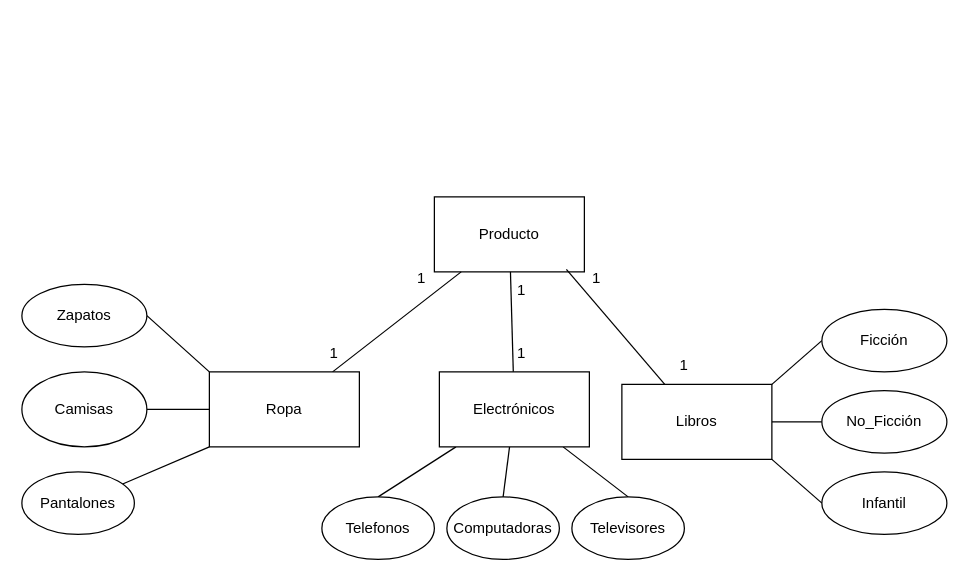
bravemilio15/DiagramasTercerCiclo keeps this draw.io diagram as EER.drawio. Above is the earlier version. Source tidied: cells renumbered, new cells numbered last; positions are measured from the earlier drawing's top-left corner, leaving out a move shared by most shapes. Both pictures are drawn from the tidied source at 125%, with x=0, y=0 at pixel (21, 196).
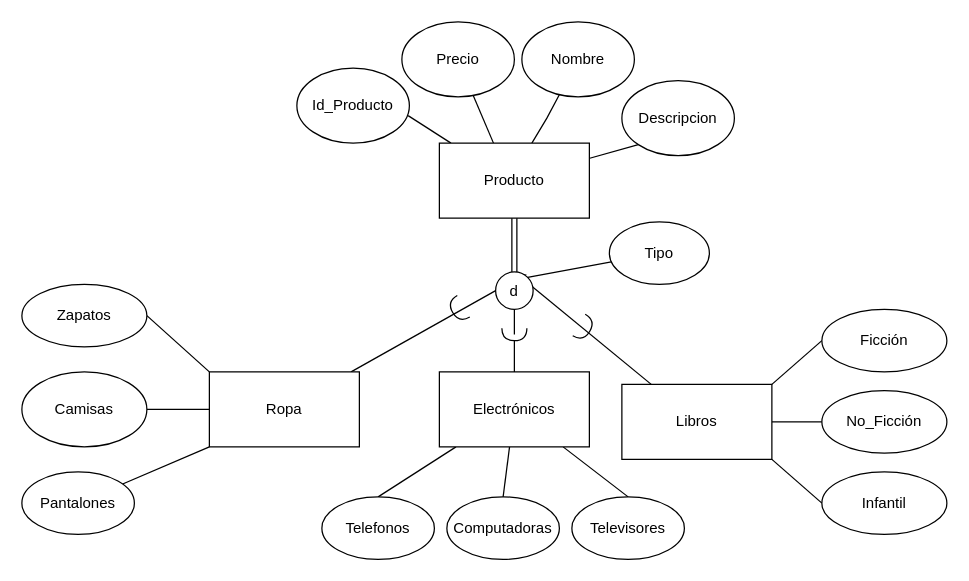
Above is the later version.

Unchanged cells that the change refers to:
```xml
<mxCell id="5" value="Ropa" style="rounded=0;whiteSpace=wrap;html=1;" parent="1" vertex="1">
  <mxGeometry x="150" y="140" width="120" height="60" as="geometry" />
</mxCell>
<mxCell id="10" value="Electrónicos" style="rounded=0;whiteSpace=wrap;html=1;" parent="1" vertex="1">
  <mxGeometry x="334" y="140" width="120" height="60" as="geometry" />
</mxCell>
<mxCell id="15" value="Libros" style="rounded=0;whiteSpace=wrap;html=1;" parent="1" vertex="1">
  <mxGeometry x="480" y="150" width="120" height="60" as="geometry" />
</mxCell>
```

The edit, as a diff of the source:
```diff
@@
+    <mxCell id="33" style="rounded=0;jettySize=auto;html=1;entryX=0.989;entryY=0.633;entryDx=0;entryDy=0;entryPerimeter=0;endArrow=none;endFill=0;" parent="1" edge="1" target="40">
+      <mxGeometry relative="1" as="geometry">
+        <mxPoint x="343.3" y="-43" as="sourcePoint" />
+      </mxGeometry>
+    </mxCell>
+    <mxCell id="34" style="rounded=0;jettySize=auto;html=1;endArrow=none;endFill=0;" parent="1" edge="1" target="41">
+      <mxGeometry relative="1" as="geometry">
+        <mxPoint x="377.3" y="-43" as="sourcePoint" />
+      </mxGeometry>
+    </mxCell>
+    <mxCell id="35" style="rounded=0;jettySize=auto;html=1;endArrow=none;endFill=0;" parent="1" edge="1" target="42">
+      <mxGeometry relative="1" as="geometry">
+        <mxPoint x="408" y="-43" as="sourcePoint" />
+        <Array as="points">
+          <mxPoint x="420" y="-63" />
+        </Array>
+      </mxGeometry>
+    </mxCell>
+    <mxCell id="36" style="rounded=0;jettySize=auto;html=1;entryX=0;entryY=1;entryDx=0;entryDy=0;endArrow=none;endFill=0;" parent="1" edge="1" target="43">
+      <mxGeometry relative="1" as="geometry">
+        <mxPoint x="450" y="-29.7" as="sourcePoint" />
+      </mxGeometry>
+    </mxCell>
     <mxCell id="2" value="Producto" style="rounded=0;whiteSpace=wrap;html=1;" parent="1" vertex="1">
-      <mxGeometry x="330" width="120" height="60" as="geometry" />
+      <mxGeometry x="334" y="-43" width="120" height="60" as="geometry" />
     </mxCell>
-    <mxCell id="3" style="rounded=0;jettySize=auto;html=1;endArrow=none;endFill=0;" parent="1" edge="1" source="5" target="2">
-      <mxGeometry relative="1" as="geometry" />
-    </mxCell>
@@
+    <mxCell id="37" style="rounded=0;jettySize=auto;html=1;entryX=0;entryY=0.5;entryDx=0;entryDy=0;endArrow=none;endFill=0;" parent="1" edge="1" source="5" target="45">
+      <mxGeometry relative="1" as="geometry" />
+    </mxCell>
@@
-    <mxCell id="6" style="rounded=0;jettySize=auto;html=1;endArrow=none;endFill=0;" parent="1" edge="1" source="10" target="2">
-      <mxGeometry relative="1" as="geometry" />
-    </mxCell>
@@
+    <mxCell id="38" style="edgeStyle=orthogonalEdgeStyle;rounded=0;jettySize=auto;html=1;endArrow=none;endFill=0;" parent="1" edge="1" source="49" target="45">
+      <mxGeometry relative="1" as="geometry" />
+    </mxCell>
@@
-    <mxCell id="11" style="rounded=0;jettySize=auto;html=1;entryX=0.88;entryY=0.967;entryDx=0;entryDy=0;entryPerimeter=0;endArrow=none;endFill=0;" parent="1" edge="1" source="15" target="2">
-      <mxGeometry relative="1" as="geometry" />
-    </mxCell>
@@
+    <mxCell id="39" style="rounded=0;jettySize=auto;html=1;entryX=0.5;entryY=0;entryDx=0;entryDy=0;" parent="1" edge="1" source="15" target="45">
+      <mxGeometry relative="1" as="geometry" />
+    </mxCell>
@@
-    <mxCell id="27" value="1" style="text;html=1;strokeColor=none;fillColor=none;align=center;verticalAlign=middle;whiteSpace=wrap;rounded=0;" parent="1" vertex="1">
-      <mxGeometry x="290" y="50" width="60" height="30" as="geometry" />
-    </mxCell>
-    <mxCell id="28" value="1" style="text;html=1;strokeColor=none;fillColor=none;align=center;verticalAlign=middle;whiteSpace=wrap;rounded=0;" parent="1" vertex="1">
-      <mxGeometry x="220" y="110" width="60" height="30" as="geometry" />
-    </mxCell>
-    <mxCell id="29" value="1" style="text;html=1;strokeColor=none;fillColor=none;align=center;verticalAlign=middle;whiteSpace=wrap;rounded=0;" parent="1" vertex="1">
-      <mxGeometry x="430" y="50" width="60" height="30" as="geometry" />
-    </mxCell>
-    <mxCell id="30" value="1" style="text;html=1;strokeColor=none;fillColor=none;align=center;verticalAlign=middle;whiteSpace=wrap;rounded=0;" parent="1" vertex="1">
-      <mxGeometry x="500" y="120" width="60" height="30" as="geometry" />
-    </mxCell>
-    <mxCell id="31" value="1" style="text;html=1;strokeColor=none;fillColor=none;align=center;verticalAlign=middle;whiteSpace=wrap;rounded=0;" parent="1" vertex="1">
-      <mxGeometry x="370" y="60" width="60" height="30" as="geometry" />
-    </mxCell>
-    <mxCell id="32" value="1" style="text;html=1;strokeColor=none;fillColor=none;align=center;verticalAlign=middle;whiteSpace=wrap;rounded=0;" parent="1" vertex="1">
-      <mxGeometry x="370" y="110" width="60" height="30" as="geometry" />
-    </mxCell>
+    <mxCell id="40" value="Id_Producto" style="ellipse;whiteSpace=wrap;html=1;" parent="1" vertex="1">
+      <mxGeometry x="220" y="-103" width="90" height="60" as="geometry" />
+    </mxCell>
+    <mxCell id="41" value="Precio" style="ellipse;whiteSpace=wrap;html=1;" parent="1" vertex="1">
+      <mxGeometry x="304" y="-140" width="90" height="60" as="geometry" />
+    </mxCell>
+    <mxCell id="42" value="Nombre" style="ellipse;whiteSpace=wrap;html=1;" parent="1" vertex="1">
+      <mxGeometry x="400" y="-140" width="90" height="60" as="geometry" />
+    </mxCell>
+    <mxCell id="43" value="Descripcion" style="ellipse;whiteSpace=wrap;html=1;" parent="1" vertex="1">
+      <mxGeometry x="480" y="-93" width="90" height="60" as="geometry" />
+    </mxCell>
+    <mxCell id="44" style="edgeStyle=orthogonalEdgeStyle;rounded=0;jettySize=auto;html=1;endArrow=none;endFill=0;shape=link;" parent="1" edge="1" source="45" target="2">
+      <mxGeometry relative="1" as="geometry" />
+    </mxCell>
+    <mxCell id="45" value="d" style="ellipse;" parent="1" vertex="1">
+      <mxGeometry x="379" y="60" width="30" height="30" as="geometry" />
+    </mxCell>
+    <mxCell id="46" style="rounded=0;jettySize=auto;html=1;entryX=1;entryY=0;entryDx=0;entryDy=0;endArrow=none;endFill=0;" parent="1" edge="1" source="47" target="45">
+      <mxGeometry relative="1" as="geometry" />
+    </mxCell>
+    <mxCell id="47" value="Tipo" style="ellipse;whiteSpace=wrap;html=1;" parent="1" vertex="1">
+      <mxGeometry x="470" y="20" width="80" height="50" as="geometry" />
+    </mxCell>
+    <mxCell id="48" style="edgeStyle=orthogonalEdgeStyle;rounded=0;jettySize=auto;html=1;endArrow=none;endFill=0;" parent="1" edge="1" source="10" target="49">
+      <mxGeometry relative="1" as="geometry" />
+    </mxCell>
+    <mxCell id="49" style="shape=requiredInterface;html=1;verticalLabelPosition=middle;sketch=0;labelPosition=center;align=center;verticalAlign=middle;rotation=90;" parent="1" vertex="1">
+      <mxGeometry x="389" y="100" width="10" height="20" as="geometry" />
+    </mxCell>
+    <mxCell id="50" style="shape=requiredInterface;html=1;verticalLabelPosition=bottom;sketch=0;direction=south;rotation=-60;flipH=1;" parent="1" vertex="1">
+      <mxGeometry x="440" y="100" width="20" height="10" as="geometry" />
+    </mxCell>
+    <mxCell id="51" style="shape=requiredInterface;html=1;verticalLabelPosition=middle;sketch=0;labelPosition=center;align=center;verticalAlign=middle;rotation=-210;" parent="1" vertex="1">
+      <mxGeometry x="344" y="80" width="10" height="20" as="geometry" />
+    </mxCell>
```
